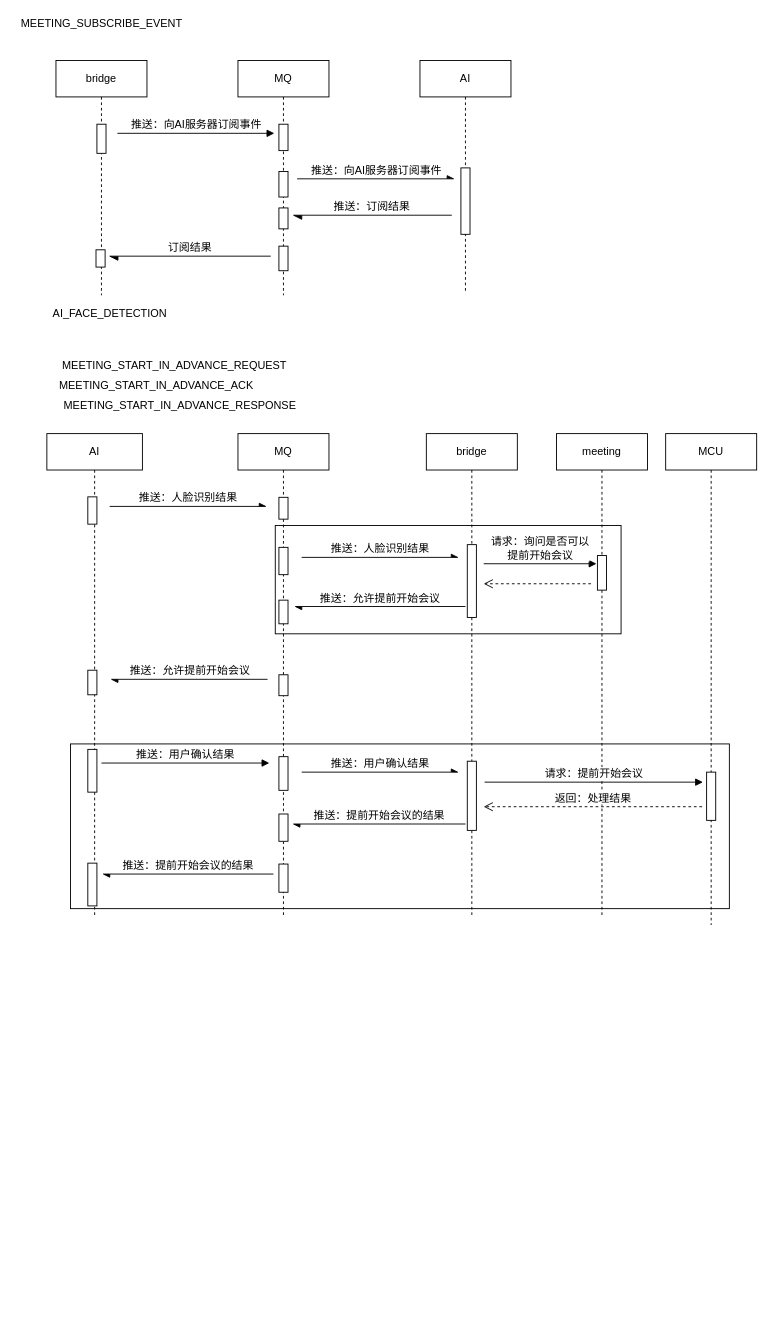
waterwatermelon/graph keeps this draw.io diagram as page "提前开始会议" (1 of 3) of AI-meeting/AI-meeting.drawio. Above is the earlier version. Source tidied: cells renumbered, new cells numbered last; positions are measured from the earlier drawing's top-left corner, leaving out a move shared by most shapes. Both pictures are drawn from the tidied source at 91%, with x=0, y=0 at pixel (15, 15).
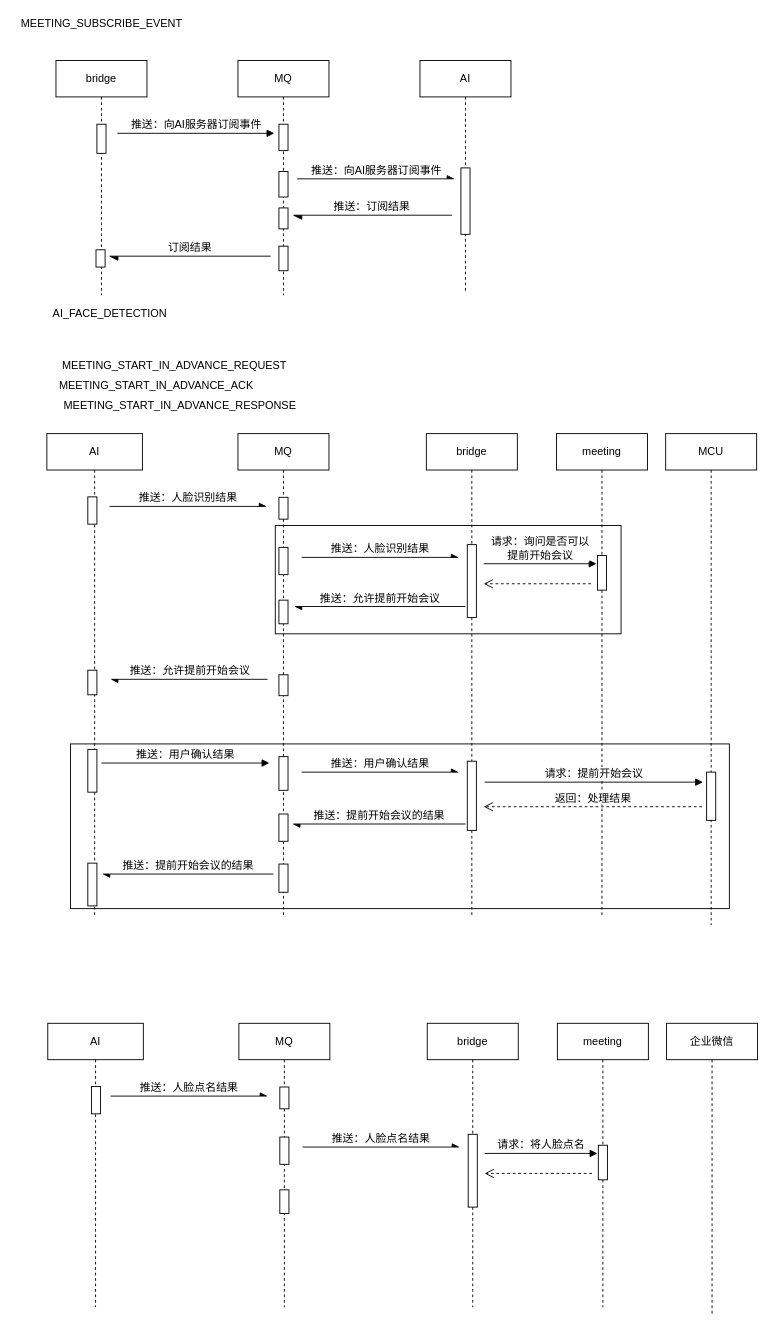
Above is the later version.

Diff of the diagram source:
```diff
@@
+    <mxCell id="55" value="AI" style="shape=umlLifeline;perimeter=lifelinePerimeter;whiteSpace=wrap;html=1;fontSize=12;" parent="1" vertex="1">
+      <mxGeometry x="35" y="1107" width="105" height="312" as="geometry" />
+    </mxCell>
+    <mxCell id="56" style="html=1;perimeter=orthogonalPerimeter;fontSize=12;" parent="55" vertex="1">
+      <mxGeometry x="48" y="69.5" width="10" height="30" as="geometry" />
+    </mxCell>
+    <mxCell id="57" value="bridge" style="shape=umlLifeline;perimeter=lifelinePerimeter;whiteSpace=wrap;html=1;fontSize=12;" parent="1" vertex="1">
+      <mxGeometry x="452" y="1107" width="100" height="312" as="geometry" />
+    </mxCell>
+    <mxCell id="58" style="html=1;perimeter=orthogonalPerimeter;fontSize=12;" parent="57" vertex="1">
+      <mxGeometry x="45" y="122" width="10" height="80" as="geometry" />
+    </mxCell>
+    <mxCell id="59" value="MQ" style="shape=umlLifeline;perimeter=lifelinePerimeter;whiteSpace=wrap;html=1;fontSize=12;" parent="1" vertex="1">
+      <mxGeometry x="245" y="1107" width="100" height="312" as="geometry" />
+    </mxCell>
+    <mxCell id="60" style="html=1;perimeter=orthogonalPerimeter;fontSize=12;" parent="59" vertex="1">
+      <mxGeometry x="45" y="70" width="10" height="24" as="geometry" />
+    </mxCell>
+    <mxCell id="61" style="html=1;perimeter=orthogonalPerimeter;fontSize=12;" parent="59" vertex="1">
+      <mxGeometry x="45" y="183" width="10" height="26" as="geometry" />
+    </mxCell>
+    <mxCell id="62" style="html=1;perimeter=orthogonalPerimeter;fontSize=12;" parent="59" vertex="1">
+      <mxGeometry x="45" y="125" width="10" height="30" as="geometry" />
+    </mxCell>
+    <mxCell id="63" value="meeting" style="shape=umlLifeline;perimeter=lifelinePerimeter;whiteSpace=wrap;html=1;fontSize=12;" parent="1" vertex="1">
+      <mxGeometry x="595" y="1107" width="100" height="312" as="geometry" />
+    </mxCell>
+    <mxCell id="64" style="html=1;perimeter=orthogonalPerimeter;fontSize=12;" parent="63" vertex="1">
+      <mxGeometry x="45" y="134" width="10" height="38" as="geometry" />
+    </mxCell>
+    <mxCell id="65" value="推送：人脸点名结果" style="html=1;verticalAlign=bottom;endArrow=async;fontSize=12;endFill=1;" parent="1" edge="1">
+      <mxGeometry relative="1" as="geometry">
+        <mxPoint x="104" y="1187" as="sourcePoint" />
+        <mxPoint x="276.5" y="1187" as="targetPoint" />
+      </mxGeometry>
+    </mxCell>
+    <mxCell id="66" value="推送：人脸点名结果" style="html=1;verticalAlign=bottom;endArrow=async;fontSize=12;endFill=1;" parent="1" edge="1">
+      <mxGeometry relative="1" as="geometry">
+        <mxPoint x="315" y="1243" as="sourcePoint" />
+        <mxPoint x="487.5" y="1243" as="targetPoint" />
+      </mxGeometry>
+    </mxCell>
+    <mxCell id="67" value="请求：将人脸点名" style="html=1;verticalAlign=bottom;endArrow=block;fontSize=12;" parent="1" edge="1">
+      <mxGeometry relative="1" as="geometry">
+        <mxPoint x="515" y="1250" as="sourcePoint" />
+        <mxPoint x="639" y="1250" as="targetPoint" />
+      </mxGeometry>
+    </mxCell>
+    <mxCell id="68" style="html=1;verticalAlign=bottom;endArrow=open;dashed=1;endSize=8;fontSize=12;" parent="1" edge="1">
+      <mxGeometry relative="1" as="geometry">
+        <mxPoint x="633" y="1272" as="sourcePoint" />
+        <mxPoint x="515" y="1272" as="targetPoint" />
+      </mxGeometry>
+    </mxCell>
+    <mxCell id="69" value="企业微信" style="shape=umlLifeline;perimeter=lifelinePerimeter;whiteSpace=wrap;html=1;fontSize=12;" parent="1" vertex="1">
+      <mxGeometry x="715" y="1107" width="100" height="322" as="geometry" />
+    </mxCell>
```
